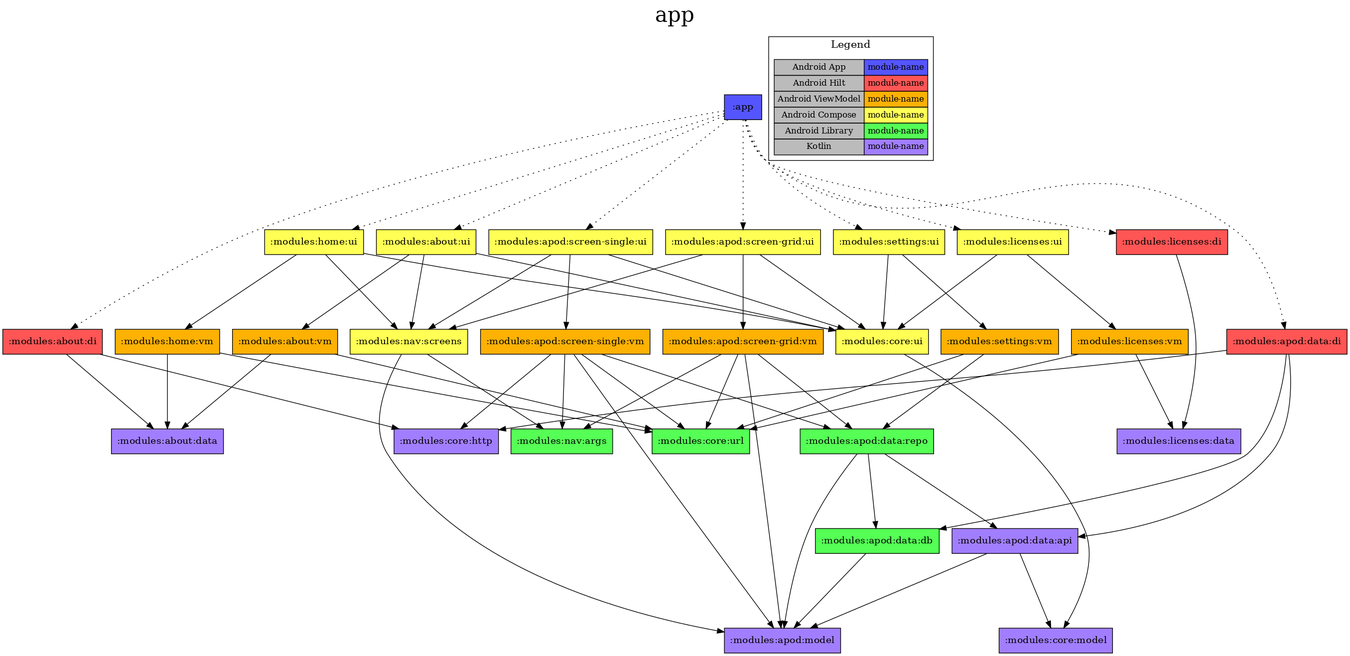
Above: app/project-dependency-graph.png in jonapoul/nasa-android (Graphviz), before the change. Its source is kept beside it as app/project-dependency-graph.dot.
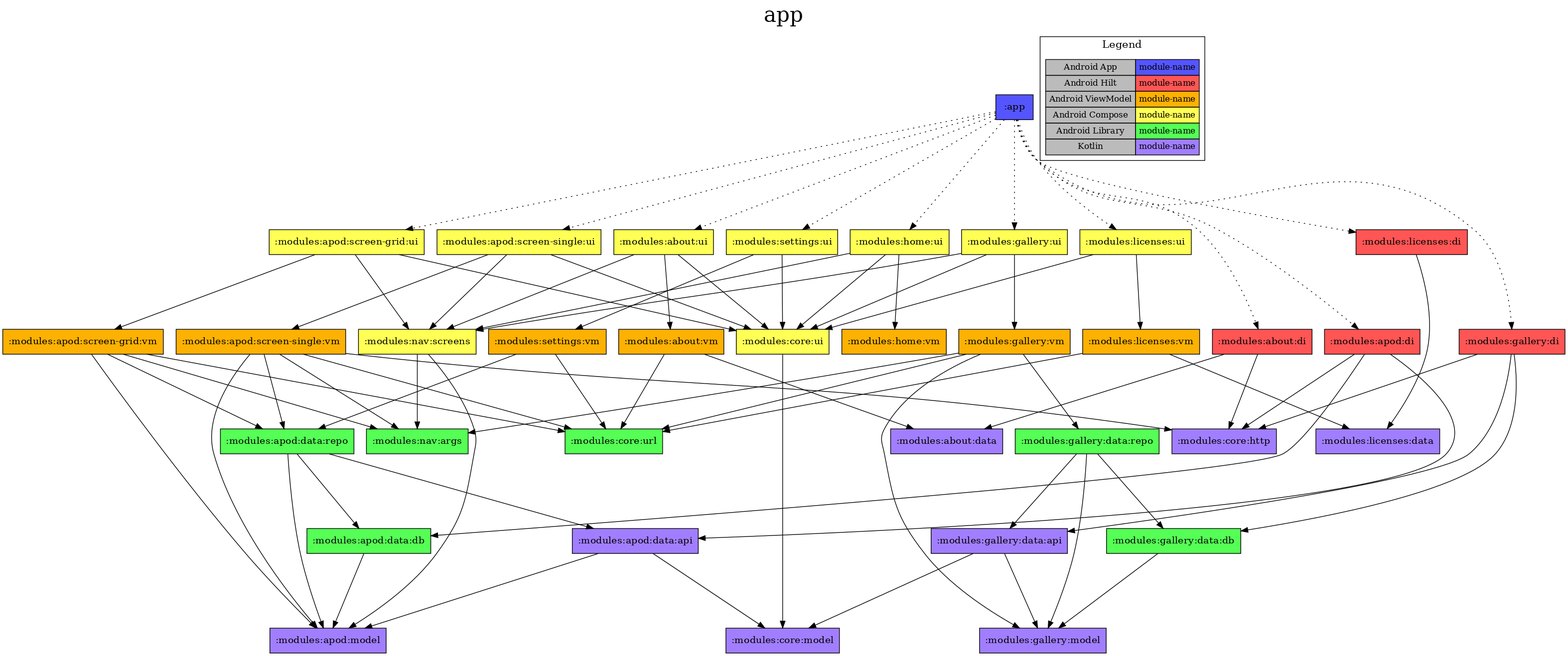
Above is the later version.

What changed in the source:
```diff
@@ -14,7 +14,7 @@
 ":modules:nav:screens" ["fillcolor"="#FFFF55","shape"="box"]
 ":modules:apod:model" ["fillcolor"="#A17EFF","shape"="box"]
 ":modules:nav:args" ["fillcolor"="#55FF55","shape"="box"]
-":modules:apod:data:di" ["fillcolor"="#FF5555","shape"="box"]
+":modules:apod:di" ["fillcolor"="#FF5555","shape"="box"]
 ":modules:apod:data:api" ["fillcolor"="#A17EFF","shape"="box"]
 ":modules:apod:data:db" ["fillcolor"="#55FF55","shape"="box"]
 ":modules:apod:screen-grid:ui" ["fillcolor"="#FFFF55","shape"="box"]
@@ -22,6 +22,13 @@
 ":modules:apod:data:repo" ["fillcolor"="#55FF55","shape"="box"]
 ":modules:apod:screen-single:ui" ["fillcolor"="#FFFF55","shape"="box"]
 ":modules:apod:screen-single:vm" ["fillcolor"="#FCB103","shape"="box"]
+":modules:gallery:di" ["fillcolor"="#FF5555","shape"="box"]
+":modules:gallery:data:api" ["fillcolor"="#A17EFF","shape"="box"]
+":modules:gallery:model" ["fillcolor"="#A17EFF","shape"="box"]
+":modules:gallery:data:db" ["fillcolor"="#55FF55","shape"="box"]
+":modules:gallery:ui" ["fillcolor"="#FFFF55","shape"="box"]
+":modules:gallery:vm" ["fillcolor"="#FCB103","shape"="box"]
+":modules:gallery:data:repo" ["fillcolor"="#55FF55","shape"="box"]
 ":modules:home:ui" ["fillcolor"="#FFFF55","shape"="box"]
 ":modules:home:vm" ["fillcolor"="#FCB103","shape"="box"]
 ":modules:licenses:di" ["fillcolor"="#FF5555","shape"="box"]
@@ -51,9 +58,11 @@
 }
 ":app" -> ":modules:about:di" ["style"="dotted"]
 ":app" -> ":modules:about:ui" ["style"="dotted"]
-":app" -> ":modules:apod:data:di" ["style"="dotted"]
+":app" -> ":modules:apod:di" ["style"="dotted"]
 ":app" -> ":modules:apod:screen-grid:ui" ["style"="dotted"]
 ":app" -> ":modules:apod:screen-single:ui" ["style"="dotted"]
+":app" -> ":modules:gallery:di" ["style"="dotted"]
+":app" -> ":modules:gallery:ui" ["style"="dotted"]
 ":app" -> ":modules:home:ui" ["style"="dotted"]
 ":app" -> ":modules:licenses:di" ["style"="dotted"]
 ":app" -> ":modules:licenses:ui" ["style"="dotted"]
@@ -68,9 +77,9 @@
 ":modules:core:ui" -> ":modules:core:model"
 ":modules:nav:screens" -> ":modules:apod:model"
 ":modules:nav:screens" -> ":modules:nav:args"
-":modules:apod:data:di" -> ":modules:apod:data:api"
-":modules:apod:data:di" -> ":modules:apod:data:db"
-":modules:apod:data:di" -> ":modules:core:http"
+":modules:apod:di" -> ":modules:apod:data:api"
+":modules:apod:di" -> ":modules:apod:data:db"
+":modules:apod:di" -> ":modules:core:http"
 ":modules:apod:data:api" -> ":modules:apod:model"
 ":modules:apod:data:api" -> ":modules:core:model"
 ":modules:apod:data:db" -> ":modules:apod:model"
@@ -92,11 +101,25 @@
 ":modules:apod:screen-single:vm" -> ":modules:core:http"
 ":modules:apod:screen-single:vm" -> ":modules:core:url"
 ":modules:apod:screen-single:vm" -> ":modules:nav:args"
+":modules:gallery:di" -> ":modules:gallery:data:api"
+":modules:gallery:di" -> ":modules:gallery:data:db"
+":modules:gallery:di" -> ":modules:core:http"
+":modules:gallery:data:api" -> ":modules:gallery:model"
+":modules:gallery:data:api" -> ":modules:core:model"
+":modules:gallery:data:db" -> ":modules:gallery:model"
+":modules:gallery:ui" -> ":modules:gallery:vm"
+":modules:gallery:ui" -> ":modules:core:ui"
+":modules:gallery:ui" -> ":modules:nav:screens"
+":modules:gallery:vm" -> ":modules:gallery:data:repo"
+":modules:gallery:vm" -> ":modules:gallery:model"
+":modules:gallery:vm" -> ":modules:core:url"
+":modules:gallery:vm" -> ":modules:nav:args"
+":modules:gallery:data:repo" -> ":modules:gallery:data:api"
+":modules:gallery:data:repo" -> ":modules:gallery:data:db"
+":modules:gallery:data:repo" -> ":modules:gallery:model"
 ":modules:home:ui" -> ":modules:home:vm"
 ":modules:home:ui" -> ":modules:core:ui"
 ":modules:home:ui" -> ":modules:nav:screens"
-":modules:home:vm" -> ":modules:about:data"
-":modules:home:vm" -> ":modules:core:url"
 ":modules:licenses:di" -> ":modules:licenses:data"
 ":modules:licenses:ui" -> ":modules:core:ui"
 ":modules:licenses:ui" -> ":modules:licenses:vm"
```
